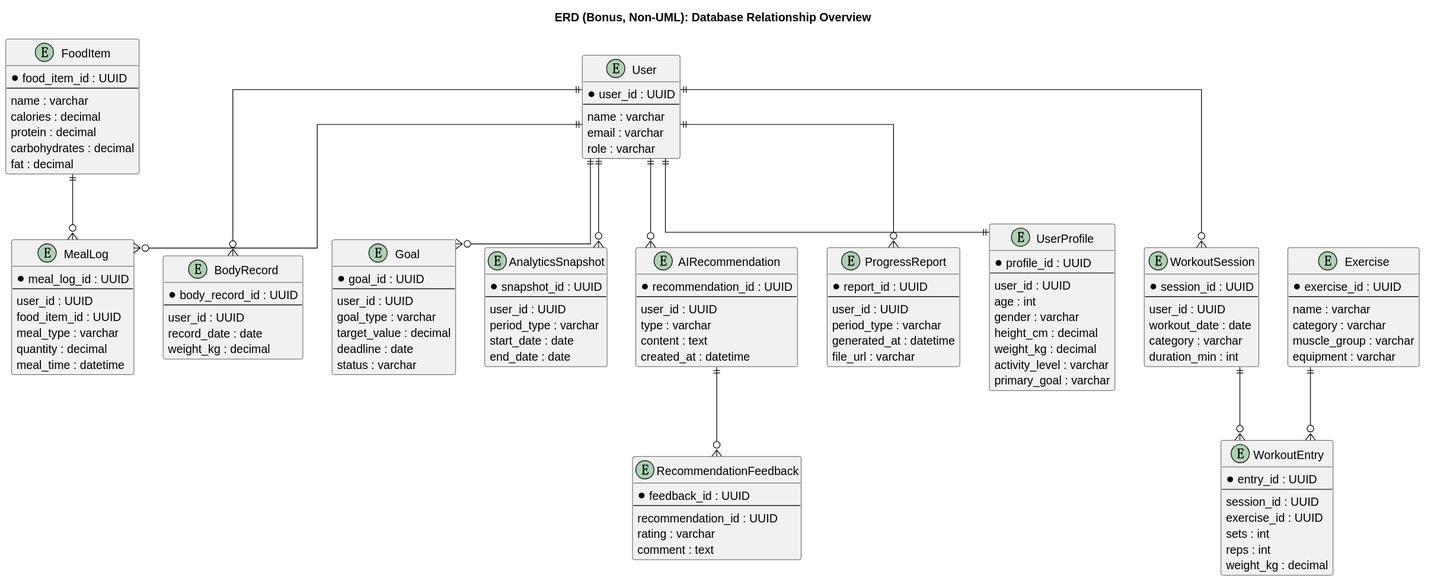
This is docs/UML/rendered/svg/08_erd_bonus.svg from liyida233/AI-Nurtriion, a PlantUML export, as it was before one commit. Its diagram source:
```plantuml
@startuml
title ERD (Bonus, Non-UML): Database Relationship Overview

hide methods
hide stereotypes
skinparam backgroundColor white
skinparam shadowing false
skinparam linetype ortho

entity User {
  * user_id : UUID
  --
  name : varchar
  email : varchar
  role : varchar
}

entity UserProfile {
  * profile_id : UUID
  --
  user_id : UUID
  age : int
  gender : varchar
  height_cm : decimal
  weight_kg : decimal
  activity_level : varchar
  primary_goal : varchar
}

entity Exercise {
  * exercise_id : UUID
  --
  name : varchar
  category : varchar
  muscle_group : varchar
  equipment : varchar
}

entity WorkoutSession {
  * session_id : UUID
  --
  user_id : UUID
  workout_date : date
  category : varchar
  duration_min : int
}

entity WorkoutEntry {
  * entry_id : UUID
  --
  session_id : UUID
  exercise_id : UUID
  sets : int
  reps : int
  weight_kg : decimal
}

entity FoodItem {
  * food_item_id : UUID
  --
  name : varchar
  calories : decimal
  protein : decimal
  carbohydrates : decimal
  fat : decimal
}

entity MealLog {
  * meal_log_id : UUID
  --
  user_id : UUID
  food_item_id : UUID
  meal_type : varchar
  quantity : decimal
  meal_time : datetime
}

entity BodyRecord {
  * body_record_id : UUID
  --
  user_id : UUID
  record_date : date
  weight_kg : decimal
}

entity Goal {
  * goal_id : UUID
  --
  user_id : UUID
  goal_type : varchar
  target_value : decimal
  deadline : date
  status : varchar
}

entity AnalyticsSnapshot {
  * snapshot_id : UUID
  --
  user_id : UUID
  period_type : varchar
  start_date : date
  end_date : date
}

entity AIRecommendation {
  * recommendation_id : UUID
  --
  user_id : UUID
  type : varchar
  content : text
  created_at : datetime
}

entity RecommendationFeedback {
  * feedback_id : UUID
  --
  recommendation_id : UUID
  rating : varchar
  comment : text
}

entity ProgressReport {
  * report_id : UUID
  --
  user_id : UUID
  period_type : varchar
  generated_at : datetime
  file_url : varchar
}

User ||--|| UserProfile
User ||--o{ WorkoutSession
WorkoutSession ||--o{ WorkoutEntry
Exercise ||--o{ WorkoutEntry
User ||--o{ MealLog
FoodItem ||--o{ MealLog
User ||--o{ BodyRecord
User ||--o{ Goal
User ||--o{ AnalyticsSnapshot
User ||--o{ AIRecommendation
AIRecommendation ||--o{ RecommendationFeedback
User ||--o{ ProgressReport
@enduml
```
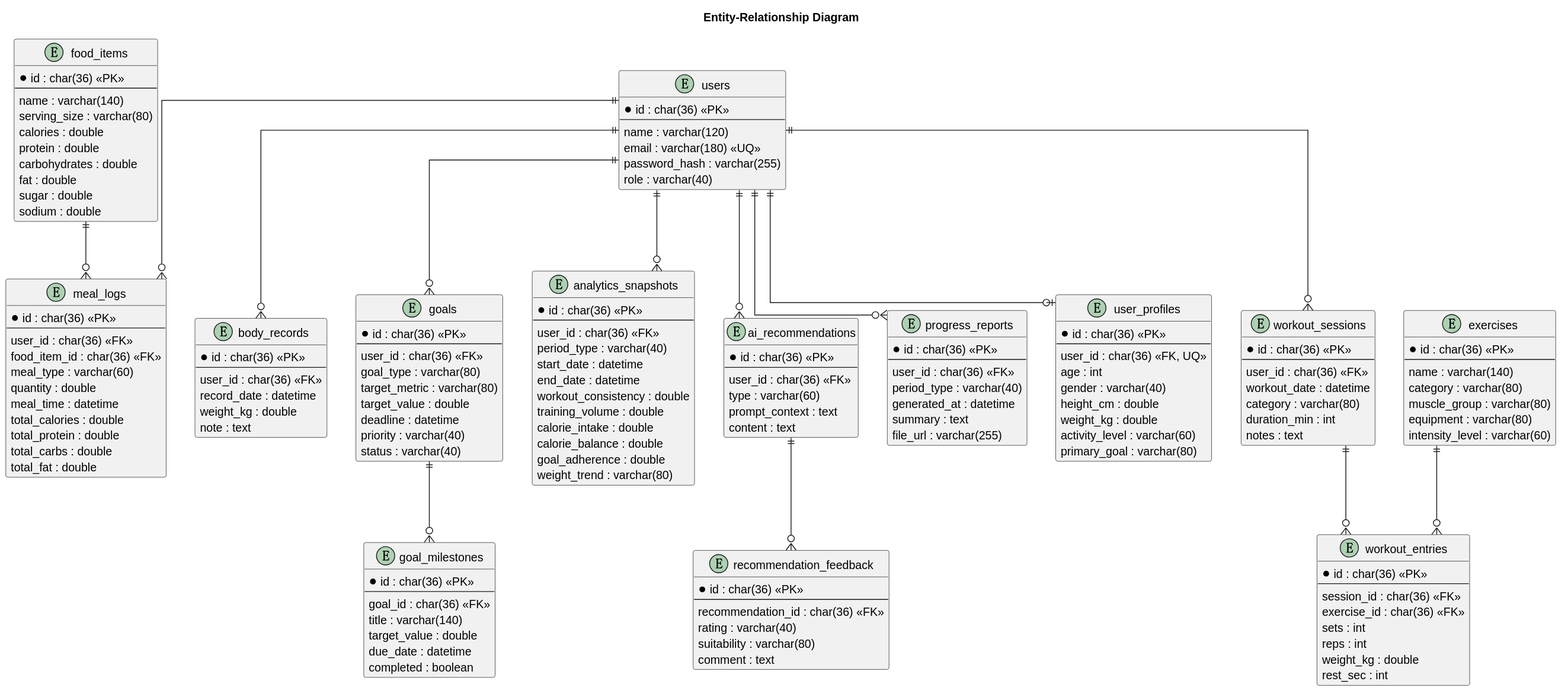
After the change.

What changed in the source:
```diff
@@ -1,5 +1,5 @@
 @startuml
-title ERD (Bonus, Non-UML): Database Relationship Overview
+title Entity-Relationship Diagram
 
 hide methods
 hide stereotypes
@@ -7,137 +7,170 @@
 skinparam shadowing false
 skinparam linetype ortho
 
-entity User {
-  * user_id : UUID
+entity users {
+  * id : char(36) <<PK>>
   --
-  name : varchar
-  email : varchar
-  role : varchar
+  name : varchar(120)
+  email : varchar(180) <<UQ>>
+  password_hash : varchar(255)
+  role : varchar(40)
 }
 
-entity UserProfile {
-  * profile_id : UUID
+entity user_profiles {
+  * id : char(36) <<PK>>
   --
-  user_id : UUID
+  user_id : char(36) <<FK, UQ>>
   age : int
-  gender : varchar
-  height_cm : decimal
-  weight_kg : decimal
-  activity_level : varchar
-  primary_goal : varchar
+  gender : varchar(40)
+  height_cm : double
+  weight_kg : double
+  activity_level : varchar(60)
+  primary_goal : varchar(80)
 }
 
-entity Exercise {
-  * exercise_id : UUID
+entity exercises {
+  * id : char(36) <<PK>>
   --
-  name : varchar
-  category : varchar
-  muscle_group : varchar
-  equipment : varchar
+  name : varchar(140)
+  category : varchar(80)
+  muscle_group : varchar(80)
+  equipment : varchar(80)
+  intensity_level : varchar(60)
 }
 
-entity WorkoutSession {
-  * session_id : UUID
+entity workout_sessions {
+  * id : char(36) <<PK>>
   --
-  user_id : UUID
-  workout_date : date
-  category : varchar
+  user_id : char(36) <<FK>>
+  workout_date : datetime
+  category : varchar(80)
   duration_min : int
+  notes : text
 }
 
-entity WorkoutEntry {
-  * entry_id : UUID
+entity workout_entries {
+  * id : char(36) <<PK>>
   --
-  session_id : UUID
-  exercise_id : UUID
+  session_id : char(36) <<FK>>
+  exercise_id : char(36) <<FK>>
   sets : int
   reps : int
-  weight_kg : decimal
+  weight_kg : double
+  rest_sec : int
 }
 
-entity FoodItem {
-  * food_item_id : UUID
+entity food_items {
+  * id : char(36) <<PK>>
   --
-  name : varchar
-  calories : decimal
-  protein : decimal
-  carbohydrates : decimal
-  fat : decimal
+  name : varchar(140)
+  serving_size : varchar(80)
+  calories : double
+  protein : double
+  carbohydrates : double
+  fat : double
+  sugar : double
+  sodium : double
 }
 
-entity MealLog {
-  * meal_log_id : UUID
+entity meal_logs {
+  * id : char(36) <<PK>>
   --
-  user_id : UUID
-  food_item_id : UUID
-  meal_type : varchar
-  quantity : decimal
+  user_id : char(36) <<FK>>
+  food_item_id : char(36) <<FK>>
+  meal_type : varchar(60)
+  quantity : double
   meal_time : datetime
+  total_calories : double
+  total_protein : double
+  total_carbs : double
+  total_fat : double
 }
 
-entity BodyRecord {
-  * body_record_id : UUID
+entity body_records {
+  * id : char(36) <<PK>>
   --
-  user_id : UUID
-  record_date : date
-  weight_kg : decimal
+  user_id : char(36) <<FK>>
+  record_date : datetime
+  weight_kg : double
+  note : text
 }
 
-entity Goal {
-  * goal_id : UUID
+entity goals {
+  * id : char(36) <<PK>>
   --
-  user_id : UUID
-  goal_type : varchar
-  target_value : decimal
-  deadline : date
-  status : varchar
+  user_id : char(36) <<FK>>
+  goal_type : varchar(80)
+  target_metric : varchar(80)
+  target_value : double
+  deadline : datetime
+  priority : varchar(40)
+  status : varchar(40)
 }
 
-entity AnalyticsSnapshot {
-  * snapshot_id : UUID
+entity goal_milestones {
+  * id : char(36) <<PK>>
   --
-  user_id : UUID
-  period_type : varchar
-  start_date : date
-  end_date : date
+  goal_id : char(36) <<FK>>
+  title : varchar(140)
+  target_value : double
+  due_date : datetime
+  completed : boolean
 }
 
-entity AIRecommendation {
-  * recommendation_id : UUID
+entity analytics_snapshots {
+  * id : char(36) <<PK>>
   --
-  user_id : UUID
-  type : varchar
-  content : text
-  created_at : datetime
+  user_id : char(36) <<FK>>
+  period_type : varchar(40)
+  start_date : datetime
+  end_date : datetime
+  workout_consistency : double
+  training_volume : double
+  calorie_intake : double
+  calorie_balance : double
+  goal_adherence : double
+  weight_trend : varchar(80)
 }
 
-entity RecommendationFeedback {
-  * feedback_id : UUID
+entity ai_recommendations {
+  * id : char(36) <<PK>>
   --
-  recommendation_id : UUID
-  rating : varchar
+  user_id : char(36) <<FK>>
+  type : varchar(60)
+  prompt_context : text
+  content : text
+}
+
+entity recommendation_feedback {
+  * id : char(36) <<PK>>
+  --
+  recommendation_id : char(36) <<FK>>
+  rating : varchar(40)
+  suitability : varchar(80)
   comment : text
 }
 
-entity ProgressReport {
-  * report_id : UUID
+entity progress_reports {
+  * id : char(36) <<PK>>
   --
-  user_id : UUID
-  period_type : varchar
+  user_id : char(36) <<FK>>
+  period_type : varchar(40)
   generated_at : datetime
-  file_url : varchar
+  summary : text
+  file_url : varchar(255)
 }
 
-User ||--|| UserProfile
-User ||--o{ WorkoutSession
-WorkoutSession ||--o{ WorkoutEntry
-Exercise ||--o{ WorkoutEntry
-User ||--o{ MealLog
-FoodItem ||--o{ MealLog
-User ||--o{ BodyRecord
-User ||--o{ Goal
-User ||--o{ AnalyticsSnapshot
-User ||--o{ AIRecommendation
-AIRecommendation ||--o{ RecommendationFeedback
-User ||--o{ ProgressReport
+users ||--o| user_profiles
+users ||--o{ workout_sessions
+workout_sessions ||--o{ workout_entries
+exercises ||--o{ workout_entries
+users ||--o{ meal_logs
+food_items ||--o{ meal_logs
+users ||--o{ body_records
+users ||--o{ goals
+goals ||--o{ goal_milestones
+users ||--o{ analytics_snapshots
+users ||--o{ ai_recommendations
+ai_recommendations ||--o{ recommendation_feedback
+users ||--o{ progress_reports
 @enduml
```
